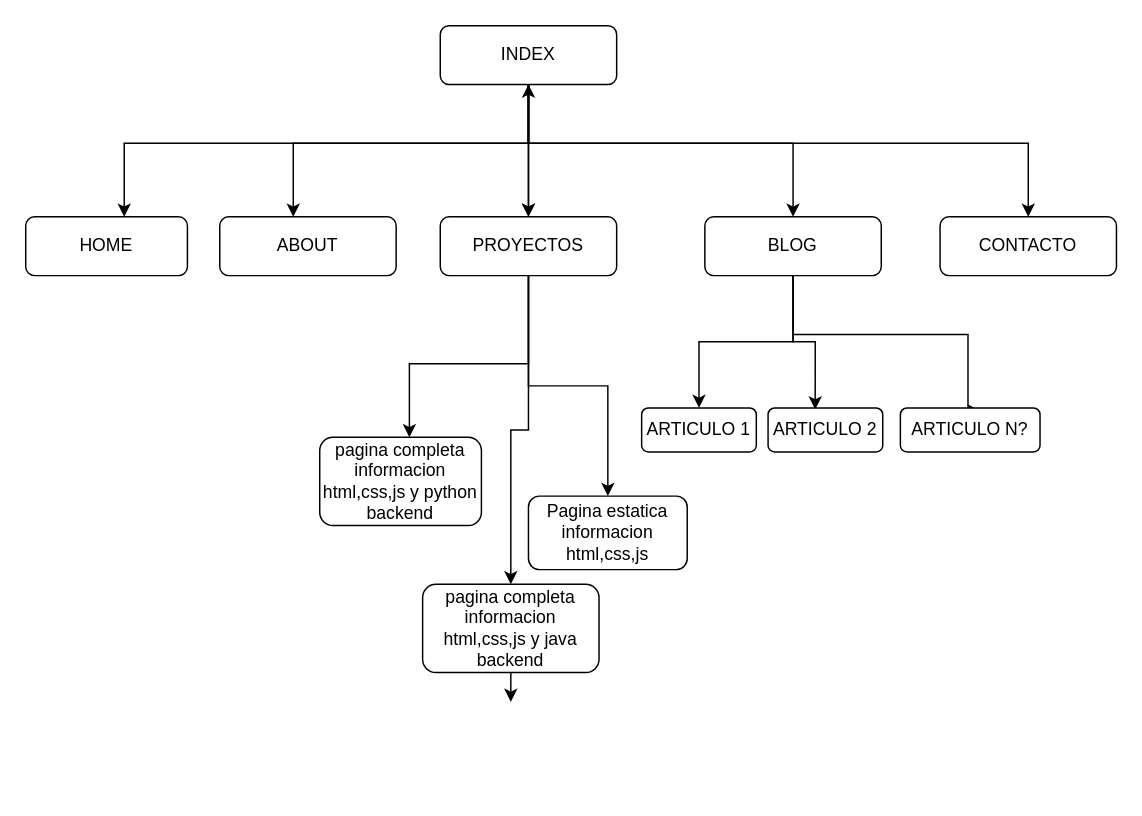
This is page "Página-1" (1 of 2) of Diagrama sin título.drawio from jesusacb25/PAGINA_WEB, a draw.io file, before an edit. Source tidied: cells renumbered, new cells numbered last; positions are measured from the earlier drawing's top-left corner, leaving out a move shared by most shapes. Both pictures are drawn from the tidied source at 147%, with x=0, y=0 at pixel (25, 25).
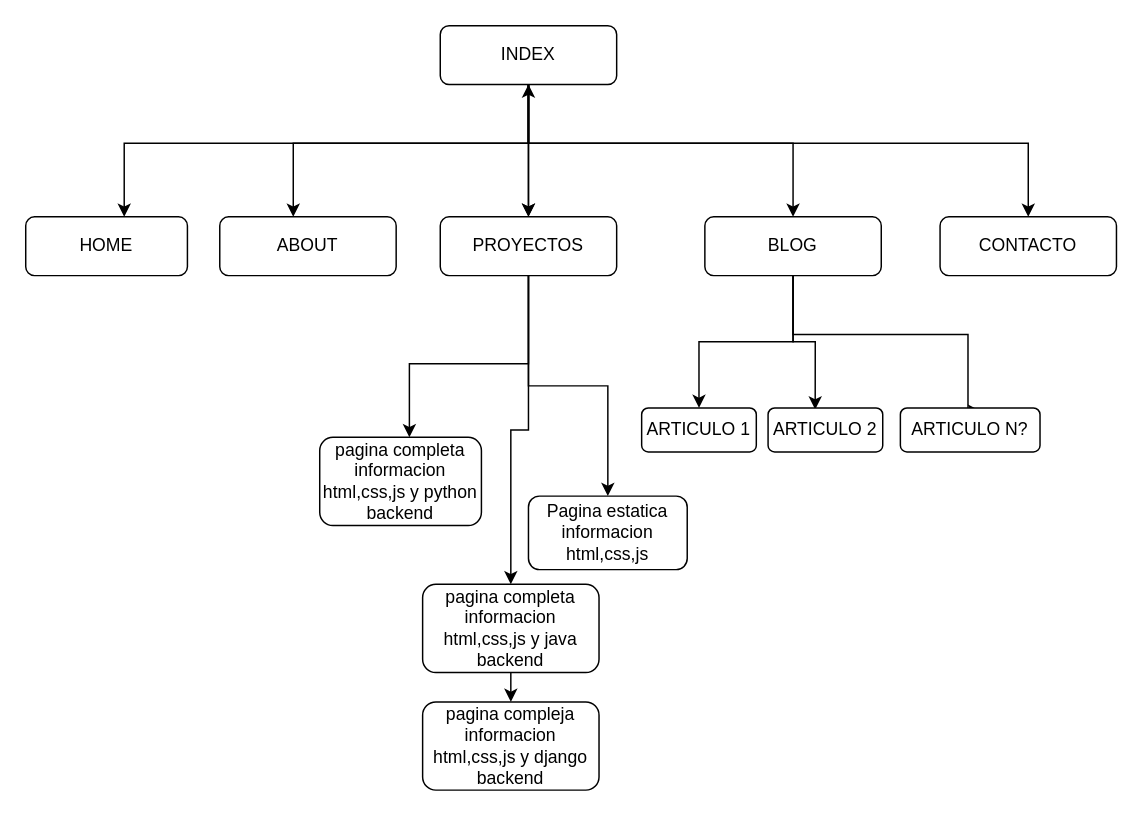
After the change.

The edit, as a diff of the source:
```diff
@@
+    <mxCell id="28" value="pagina compleja informacion html,css,js y django backend" style="rounded=1;whiteSpace=wrap;html=1;" parent="1" vertex="1">
+      <mxGeometry x="270" y="460" width="120" height="60" as="geometry" />
+    </mxCell>
```
